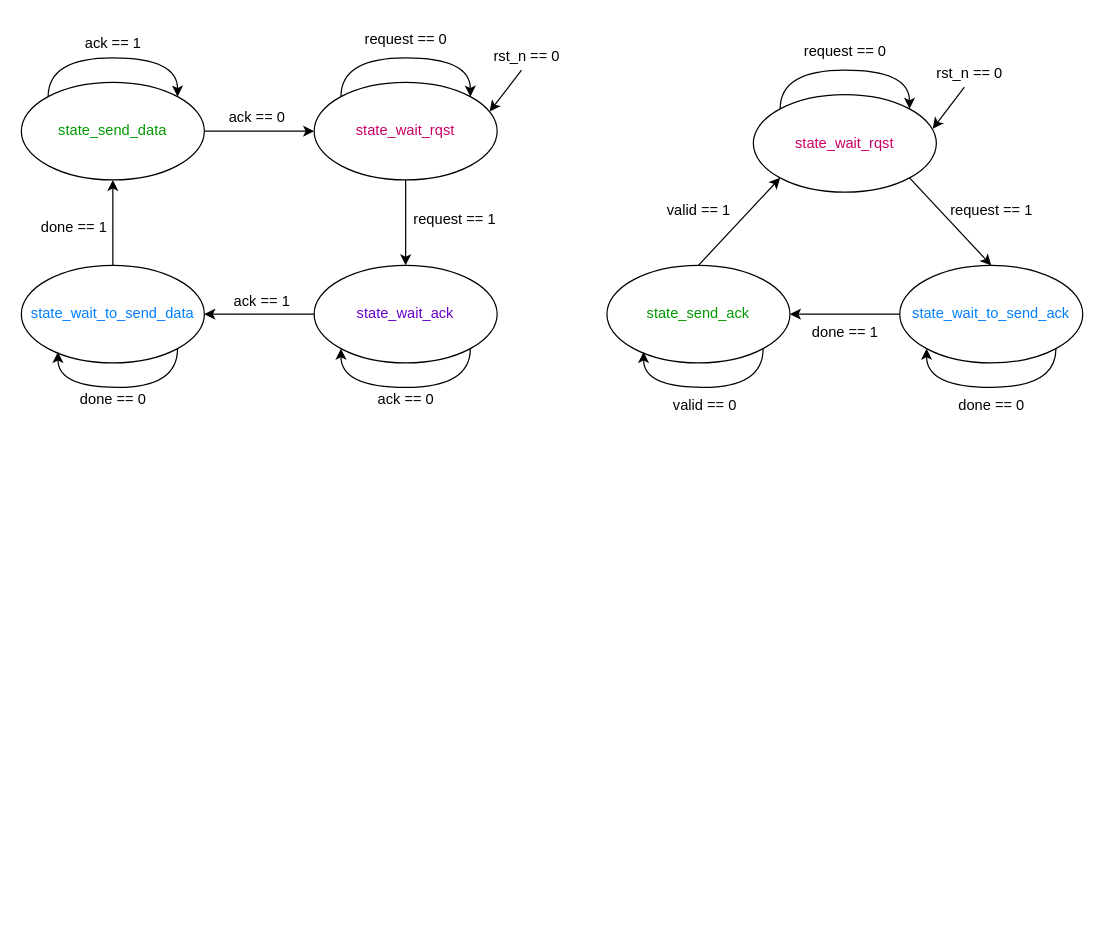
rogerfan48/Course-Soph1-HDL keeps this draw.io diagram as roger/Lab6/State Diagram/Chip-to-chip.drawio. Above is the earlier version. Source tidied: cells renumbered, new cells numbered last; positions are measured from the earlier drawing's top-left corner, leaving out a move shared by most shapes. Both pictures are drawn from the tidied source at 122%, with x=0, y=0 at pixel (21, 21).
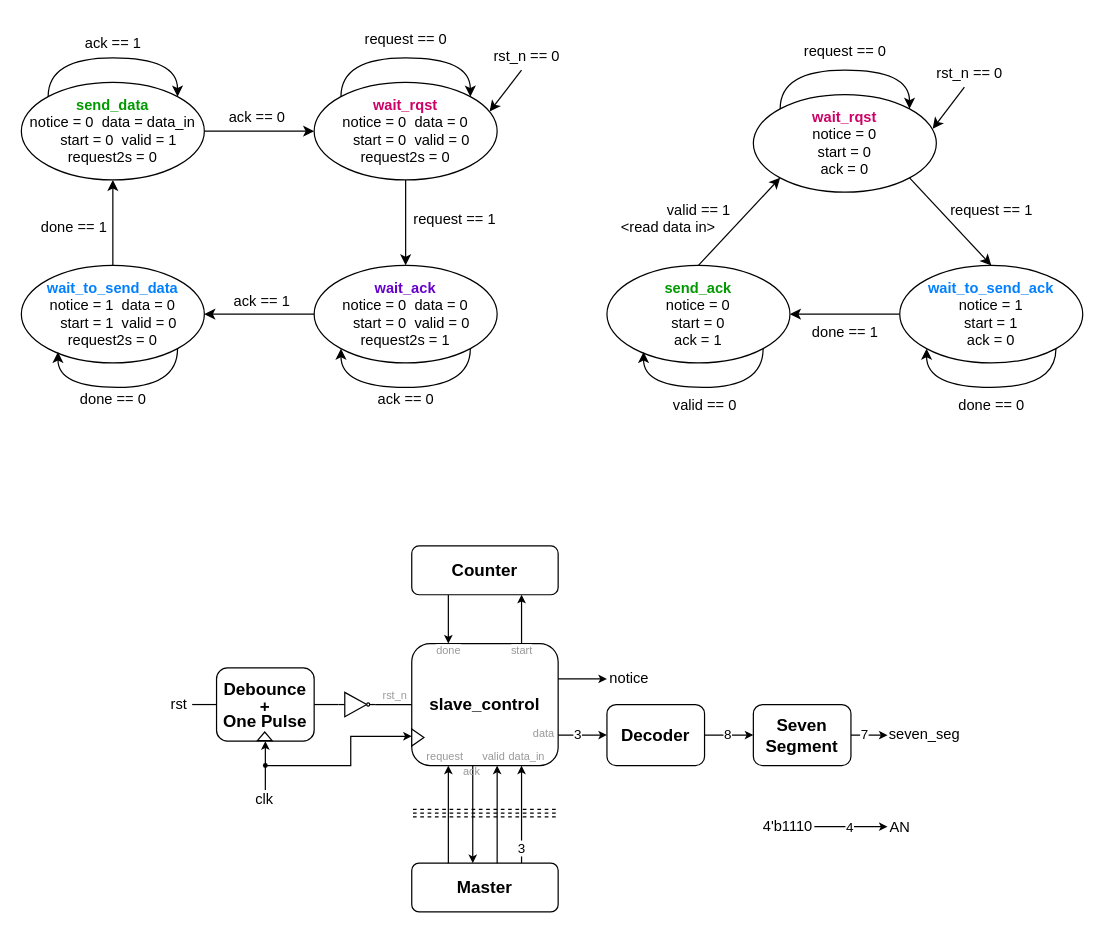
After the change.

Commit message (it also covers changes not shown here):
Roger/Final: Lab6 report add chip2chip state diagram details and top module block diagram

Diff of the diagram source:
```diff
@@
-    <mxCell id="3" value="&lt;font color=&quot;#cc0066&quot;&gt;state_wait_rqst&lt;/font&gt;" style="ellipse;whiteSpace=wrap;html=1;" parent="1" vertex="1">
+    <mxCell id="3" value="&lt;font color=&quot;#cc0066&quot;&gt;&lt;b&gt;wait_rqst&lt;/b&gt;&lt;/font&gt;&lt;div&gt;&lt;div&gt;notice = 0&amp;nbsp;&amp;nbsp;&lt;span style=&quot;background-color: initial;&quot;&gt;data = 0&lt;/span&gt;&lt;/div&gt;&lt;div&gt;&lt;span style=&quot;background-color: initial;&quot;&gt;&amp;nbsp; &amp;nbsp;start = 0&amp;nbsp; valid = 0&lt;/span&gt;&lt;/div&gt;&lt;div&gt;request2s = 0&lt;/div&gt;&lt;/div&gt;" style="ellipse;whiteSpace=wrap;html=1;" parent="1" vertex="1">
       <mxGeometry x="240" y="50" width="150" height="80" as="geometry" />
     </mxCell>
@@
-    <mxCell id="5" value="&lt;font color=&quot;#007fff&quot;&gt;state_wait_to_send_data&lt;/font&gt;" style="ellipse;whiteSpace=wrap;html=1;" parent="1" vertex="1">
+    <mxCell id="5" value="&lt;font color=&quot;#007fff&quot;&gt;&lt;b&gt;wait_to_send_data&lt;/b&gt;&lt;/font&gt;&lt;div&gt;&lt;div&gt;notice = 1&amp;nbsp;&amp;nbsp;&lt;span style=&quot;background-color: initial;&quot;&gt;data = 0&lt;/span&gt;&lt;/div&gt;&lt;div&gt;&lt;span style=&quot;background-color: initial;&quot;&gt;&amp;nbsp; &amp;nbsp;start = 1&amp;nbsp; valid = 0&lt;/span&gt;&lt;/div&gt;&lt;div&gt;request2s = 0&lt;/div&gt;&lt;/div&gt;" style="ellipse;whiteSpace=wrap;html=1;" parent="1" vertex="1">
       <mxGeometry y="200" width="150" height="80" as="geometry" />
     </mxCell>
-    <mxCell id="6" value="&lt;font color=&quot;#6600cc&quot;&gt;state_wait_ack&lt;/font&gt;" style="ellipse;whiteSpace=wrap;html=1;" parent="1" vertex="1">
+    <mxCell id="6" value="&lt;font color=&quot;#6600cc&quot;&gt;&lt;b&gt;wait_ack&lt;/b&gt;&lt;/font&gt;&lt;div&gt;&lt;div&gt;notice = 0&amp;nbsp;&amp;nbsp;&lt;span style=&quot;background-color: initial;&quot;&gt;data = 0&lt;/span&gt;&lt;/div&gt;&lt;div&gt;&lt;span style=&quot;background-color: initial;&quot;&gt;&amp;nbsp; &amp;nbsp;start = 0&amp;nbsp; valid = 0&lt;/span&gt;&lt;/div&gt;&lt;div&gt;request2s = 1&lt;/div&gt;&lt;/div&gt;" style="ellipse;whiteSpace=wrap;html=1;" parent="1" vertex="1">
       <mxGeometry x="240" y="200" width="150" height="80" as="geometry" />
     </mxCell>
@@
-    <mxCell id="17" value="&lt;font color=&quot;#009900&quot;&gt;state_send_data&lt;/font&gt;" style="ellipse;whiteSpace=wrap;html=1;" parent="1" vertex="1">
+    <mxCell id="17" value="&lt;font color=&quot;#009900&quot;&gt;&lt;b&gt;send_data&lt;/b&gt;&lt;/font&gt;&lt;div&gt;notice = 0&amp;nbsp;&amp;nbsp;&lt;span style=&quot;background-color: initial;&quot;&gt;data = data_in&lt;/span&gt;&lt;/div&gt;&lt;div&gt;&lt;span style=&quot;background-color: initial;&quot;&gt;&amp;nbsp; &amp;nbsp;start = 0&amp;nbsp; valid = 1&lt;/span&gt;&lt;/div&gt;&lt;div&gt;request2s = 0&lt;/div&gt;" style="ellipse;whiteSpace=wrap;html=1;" parent="1" vertex="1">
       <mxGeometry y="50" width="150" height="80" as="geometry" />
     </mxCell>
@@
-    <mxCell id="25" value="&lt;font color=&quot;#cc0066&quot;&gt;state_wait_rqst&lt;/font&gt;" style="ellipse;whiteSpace=wrap;html=1;" parent="1" vertex="1">
+    <mxCell id="25" value="&lt;font color=&quot;#cc0066&quot;&gt;&lt;b&gt;wait_rqst&lt;/b&gt;&lt;/font&gt;&lt;div&gt;&lt;div&gt;notice = 0&lt;/div&gt;&lt;div&gt;&lt;span style=&quot;background-color: initial;&quot;&gt;start = 0&lt;/span&gt;&lt;/div&gt;&lt;div&gt;&lt;span style=&quot;background-color: initial;&quot;&gt;ack = 0&lt;/span&gt;&lt;/div&gt;&lt;/div&gt;" style="ellipse;whiteSpace=wrap;html=1;" parent="1" vertex="1">
       <mxGeometry x="600" y="60" width="150" height="80" as="geometry" />
     </mxCell>
@@
-    <mxCell id="27" value="&lt;font color=&quot;#009900&quot;&gt;state_send_ack&lt;/font&gt;" style="ellipse;whiteSpace=wrap;html=1;" parent="1" vertex="1">
+    <mxCell id="27" value="&lt;font color=&quot;#009900&quot;&gt;&lt;b&gt;send_ack&lt;/b&gt;&lt;/font&gt;&lt;div&gt;&lt;div&gt;&lt;div&gt;notice = 0&lt;/div&gt;&lt;div&gt;&lt;span style=&quot;background-color: initial;&quot;&gt;start = 0&lt;/span&gt;&lt;/div&gt;&lt;div&gt;&lt;span style=&quot;background-color: initial;&quot;&gt;ack = 1&lt;/span&gt;&lt;/div&gt;&lt;/div&gt;&lt;/div&gt;" style="ellipse;whiteSpace=wrap;html=1;" parent="1" vertex="1">
       <mxGeometry x="480" y="200" width="150" height="80" as="geometry" />
     </mxCell>
@@
-    <mxCell id="29" value="&lt;font color=&quot;#007fff&quot;&gt;state_wait_to_send_ack&lt;/font&gt;" style="ellipse;whiteSpace=wrap;html=1;" parent="1" vertex="1">
+    <mxCell id="29" value="&lt;font color=&quot;#007fff&quot;&gt;&lt;b&gt;wait_to_send_ack&lt;/b&gt;&lt;/font&gt;&lt;div&gt;&lt;div&gt;notice = 1&lt;/div&gt;&lt;div&gt;&lt;span style=&quot;background-color: initial;&quot;&gt;start = 1&lt;/span&gt;&lt;/div&gt;&lt;div&gt;&lt;span style=&quot;background-color: initial;&quot;&gt;ack = 0&lt;br&gt;&lt;/span&gt;&lt;/div&gt;&lt;/div&gt;" style="ellipse;whiteSpace=wrap;html=1;" parent="1" vertex="1">
       <mxGeometry x="720" y="200" width="150" height="80" as="geometry" />
     </mxCell>
@@
+    <mxCell id="41" value="&amp;lt;read data in&amp;gt;" style="text;html=1;align=center;verticalAlign=middle;strokeColor=none;fillColor=none;" parent="1" vertex="1">
+      <mxGeometry x="480" y="154" width="100" height="30" as="geometry" />
+    </mxCell>
+    <mxCell id="42" style="edgeStyle=none;shape=connector;rounded=0;jettySize=auto;html=1;exitX=0.75;exitY=0;exitDx=0;exitDy=0;entryX=0.75;entryY=1;entryDx=0;entryDy=0;strokeColor=default;align=center;verticalAlign=middle;fontFamily=Helvetica;fontSize=11;fontColor=default;labelBackgroundColor=default;startSize=4;endArrow=classic;endSize=4;" parent="1" edge="1" source="43" target="45">
+      <mxGeometry relative="1" as="geometry" />
+    </mxCell>
+    <mxCell id="43" value="&lt;b&gt;&lt;font style=&quot;font-size: 14px;&quot;&gt;slave_control&lt;/font&gt;&lt;/b&gt;" style="rounded=1;whiteSpace=wrap;html=1;" parent="1" vertex="1">
+      <mxGeometry x="320" y="510" width="120" height="100" as="geometry" />
+    </mxCell>
+    <mxCell id="44" style="edgeStyle=none;shape=connector;rounded=0;jettySize=auto;html=1;exitX=0.25;exitY=1;exitDx=0;exitDy=0;entryX=0.25;entryY=0;entryDx=0;entryDy=0;strokeColor=default;align=center;verticalAlign=middle;fontFamily=Helvetica;fontSize=11;fontColor=default;labelBackgroundColor=default;startSize=4;endArrow=classic;endSize=4;" parent="1" edge="1" source="45" target="43">
+      <mxGeometry relative="1" as="geometry" />
+    </mxCell>
+    <mxCell id="45" value="&lt;b&gt;&lt;font style=&quot;font-size: 14px;&quot;&gt;Counter&lt;/font&gt;&lt;/b&gt;" style="rounded=1;whiteSpace=wrap;html=1;" parent="1" vertex="1">
+      <mxGeometry x="320" y="430" width="120" height="40" as="geometry" />
+    </mxCell>
+    <mxCell id="46" value="&lt;span style=&quot;font-size: 14px;&quot;&gt;&lt;b&gt;Master&lt;/b&gt;&lt;/span&gt;" style="rounded=1;whiteSpace=wrap;html=1;" parent="1" vertex="1">
+      <mxGeometry x="320" y="690" width="120" height="40" as="geometry" />
+    </mxCell>
+    <mxCell id="47" value="&lt;b&gt;&lt;font style=&quot;font-size: 14px;&quot;&gt;Decoder&lt;/font&gt;&lt;/b&gt;" style="rounded=1;whiteSpace=wrap;html=1;" parent="1" vertex="1">
+      <mxGeometry x="480" y="560" width="80" height="50" as="geometry" />
+    </mxCell>
+    <mxCell id="48" style="edgeStyle=none;shape=connector;rounded=0;jettySize=auto;html=1;exitX=1;exitY=0.5;exitDx=0;exitDy=0;strokeColor=default;align=center;verticalAlign=middle;fontFamily=Helvetica;fontSize=11;fontColor=default;labelBackgroundColor=default;startSize=4;endArrow=classic;endSize=4;" parent="1" edge="1" source="49">
+      <mxGeometry relative="1" as="geometry">
+        <mxPoint x="710" y="585.1" as="targetPoint" />
+      </mxGeometry>
+    </mxCell>
+    <mxCell id="49" value="&lt;b&gt;&lt;font style=&quot;font-size: 14px;&quot;&gt;Seven&lt;/font&gt;&lt;/b&gt;&lt;div&gt;&lt;b&gt;&lt;font style=&quot;font-size: 14px;&quot;&gt;Segment&lt;/font&gt;&lt;/b&gt;&lt;/div&gt;" style="rounded=1;whiteSpace=wrap;html=1;" parent="1" vertex="1">
+      <mxGeometry x="600" y="560" width="80" height="50" as="geometry" />
+    </mxCell>
+    <mxCell id="50" value="&lt;b&gt;&lt;font style=&quot;font-size: 14px;&quot;&gt;Debounce&lt;/font&gt;&lt;/b&gt;&lt;div style=&quot;line-height: 90%;&quot;&gt;&lt;b&gt;&lt;font style=&quot;font-size: 14px;&quot;&gt;+&lt;/font&gt;&lt;/b&gt;&lt;/div&gt;&lt;div style=&quot;line-height: 90%;&quot;&gt;&lt;b&gt;&lt;font style=&quot;font-size: 14px;&quot;&gt;One Pulse&lt;/font&gt;&lt;/b&gt;&lt;/div&gt;" style="rounded=1;whiteSpace=wrap;html=1;" parent="1" vertex="1">
+      <mxGeometry x="160" y="530" width="80" height="60" as="geometry" />
+    </mxCell>
+    <mxCell id="51" style="endArrow=classic;html=1;rounded=0;exitX=1;exitY=0.75;exitDx=0;exitDy=0;endSize=4;startSize=4;" parent="1" edge="1" source="43">
+      <mxGeometry relative="1" as="geometry">
+        <mxPoint x="480" y="585" as="targetPoint" />
+      </mxGeometry>
+    </mxCell>
+    <mxCell id="52" style="endArrow=classic;html=1;rounded=0;exitX=1;exitY=0.75;exitDx=0;exitDy=0;endSize=4;startSize=4;" parent="1" edge="1">
+      <mxGeometry relative="1" as="geometry">
+        <mxPoint x="560" y="585" as="sourcePoint" />
+        <mxPoint x="600" y="585" as="targetPoint" />
+      </mxGeometry>
+    </mxCell>
+    <mxCell id="53" style="edgeStyle=none;shape=connector;rounded=0;orthogonalLoop=1;jettySize=auto;html=1;strokeColor=default;align=center;verticalAlign=middle;fontFamily=Helvetica;fontSize=11;fontColor=default;labelBackgroundColor=default;startSize=4;endArrow=classic;endSize=4;" parent="1" edge="1">
+      <mxGeometry relative="1" as="geometry">
+        <mxPoint x="650" y="660" as="sourcePoint" />
+        <mxPoint x="710" y="660.1" as="targetPoint" />
+      </mxGeometry>
+    </mxCell>
+    <mxCell id="54" style="verticalLabelPosition=bottom;shadow=0;dashed=0;align=center;html=1;verticalAlign=top;shape=mxgraph.electrical.logic_gates.inverter_2;fontFamily=Helvetica;fontSize=11;fontColor=default;labelBackgroundColor=default;" parent="1" vertex="1">
+      <mxGeometry x="260" y="550" width="30" height="20" as="geometry" />
+    </mxCell>
+    <mxCell id="55" style="edgeStyle=none;shape=connector;rounded=0;jettySize=auto;html=1;exitX=1;exitY=0.5;exitDx=0;exitDy=0;entryX=0;entryY=0.5;entryDx=0;entryDy=0;entryPerimeter=0;strokeColor=default;align=center;verticalAlign=middle;fontFamily=Helvetica;fontSize=11;fontColor=default;labelBackgroundColor=default;startSize=4;endArrow=none;endSize=4;endFill=0;" parent="1" edge="1" source="50" target="54">
+      <mxGeometry relative="1" as="geometry" />
+    </mxCell>
+    <mxCell id="56" style="edgeStyle=none;shape=connector;rounded=0;jettySize=auto;html=1;exitX=1;exitY=0.5;exitDx=0;exitDy=0;exitPerimeter=0;entryX=0;entryY=0.5;entryDx=0;entryDy=0;strokeColor=default;align=center;verticalAlign=middle;fontFamily=Helvetica;fontSize=11;fontColor=default;labelBackgroundColor=default;startSize=4;endArrow=none;endSize=4;endFill=0;" parent="1" edge="1" source="54" target="43">
+      <mxGeometry relative="1" as="geometry" />
+    </mxCell>
+    <mxCell id="57" style="edgeStyle=none;shape=connector;rounded=0;orthogonalLoop=1;jettySize=auto;html=1;exitX=1;exitY=0.5;exitDx=0;exitDy=0;entryX=0;entryY=0.5;entryDx=0;entryDy=0;entryPerimeter=0;strokeColor=default;align=center;verticalAlign=middle;fontFamily=Helvetica;fontSize=11;fontColor=default;labelBackgroundColor=default;startSize=4;endArrow=none;endSize=4;endFill=0;" parent="1" edge="1">
+      <mxGeometry relative="1" as="geometry">
+        <mxPoint x="140" y="560" as="sourcePoint" />
+        <mxPoint x="160" y="560" as="targetPoint" />
+      </mxGeometry>
+    </mxCell>
+    <mxCell id="58" style="triangle;whiteSpace=wrap;html=1;fontFamily=Helvetica;fontSize=11;fontColor=default;labelBackgroundColor=default;rotation=-90;" parent="1" vertex="1">
+      <mxGeometry x="196" y="580" width="7" height="12" as="geometry" />
+    </mxCell>
+    <mxCell id="59" style="triangle;whiteSpace=wrap;html=1;fontFamily=Helvetica;fontSize=11;fontColor=default;labelBackgroundColor=default;rotation=0;" parent="1" vertex="1">
+      <mxGeometry x="320" y="580" width="10" height="14" as="geometry" />
+    </mxCell>
+    <mxCell id="60" style="endArrow=classic;html=1;rounded=0;strokeColor=default;align=center;verticalAlign=middle;fontFamily=Helvetica;fontSize=11;fontColor=default;labelBackgroundColor=default;startSize=4;endSize=4;" parent="1" edge="1">
+      <mxGeometry relative="1" as="geometry">
+        <mxPoint x="200" y="610" as="sourcePoint" />
+        <mxPoint x="320" y="586" as="targetPoint" />
+        <Array as="points">
+          <mxPoint x="270" y="610" />
+          <mxPoint x="270" y="586" />
+        </Array>
+      </mxGeometry>
+    </mxCell>
+    <mxCell id="61" style="endArrow=classic;html=1;rounded=0;strokeColor=default;align=center;verticalAlign=middle;fontFamily=Helvetica;fontSize=11;fontColor=default;labelBackgroundColor=default;startSize=4;endSize=4;entryX=0.5;entryY=1;entryDx=0;entryDy=0;" parent="1" edge="1" target="50">
+      <mxGeometry relative="1" as="geometry">
+        <mxPoint x="200" y="630" as="sourcePoint" />
+      </mxGeometry>
+    </mxCell>
+    <mxCell id="62" value="clk" style="text;html=1;align=center;verticalAlign=middle;strokeColor=none;fillColor=none;fontFamily=Helvetica;fontSize=12;fontColor=default;labelBackgroundColor=default;" parent="1" vertex="1">
+      <mxGeometry x="179" y="623" width="40" height="30" as="geometry" />
+    </mxCell>
+    <mxCell id="63" value="rst" style="text;html=1;align=center;verticalAlign=middle;strokeColor=none;fillColor=none;fontFamily=Helvetica;fontSize=12;fontColor=default;labelBackgroundColor=default;" parent="1" vertex="1">
+      <mxGeometry x="109" y="545" width="40" height="30" as="geometry" />
+    </mxCell>
+    <mxCell id="64" value="3" style="text;html=1;align=center;verticalAlign=middle;strokeColor=none;fillColor=none;fontFamily=Helvetica;fontSize=11;fontColor=default;labelBackgroundColor=default;" parent="1" vertex="1">
+      <mxGeometry x="441" y="570" width="30" height="30" as="geometry" />
+    </mxCell>
+    <mxCell id="65" value="8" style="text;html=1;align=center;verticalAlign=middle;strokeColor=none;fillColor=none;fontFamily=Helvetica;fontSize=11;fontColor=default;labelBackgroundColor=default;" parent="1" vertex="1">
+      <mxGeometry x="564" y="570" width="30" height="30" as="geometry" />
+    </mxCell>
+    <mxCell id="66" value="4" style="text;html=1;align=center;verticalAlign=middle;strokeColor=none;fillColor=none;fontFamily=Helvetica;fontSize=11;fontColor=default;labelBackgroundColor=default;" parent="1" vertex="1">
+      <mxGeometry x="664" y="646" width="30" height="30" as="geometry" />
+    </mxCell>
+    <mxCell id="67" value="4'b1110" style="text;html=1;align=center;verticalAlign=middle;strokeColor=none;fillColor=none;fontFamily=Helvetica;fontSize=12;fontColor=default;labelBackgroundColor=default;" parent="1" vertex="1">
+      <mxGeometry x="598" y="645" width="60" height="30" as="geometry" />
+    </mxCell>
+    <mxCell id="68" value="AN" style="text;html=1;align=center;verticalAlign=middle;strokeColor=none;fillColor=none;fontFamily=Helvetica;fontSize=12;fontColor=default;labelBackgroundColor=default;" parent="1" vertex="1">
+      <mxGeometry x="700" y="646" width="40" height="30" as="geometry" />
+    </mxCell>
+    <mxCell id="69" value="seven_seg" style="text;html=1;align=center;verticalAlign=middle;strokeColor=none;fillColor=none;fontFamily=Helvetica;fontSize=12;fontColor=default;labelBackgroundColor=default;" parent="1" vertex="1">
+      <mxGeometry x="700" y="570" width="80" height="30" as="geometry" />
+    </mxCell>
+    <mxCell id="70" value="7" style="text;html=1;align=center;verticalAlign=middle;strokeColor=none;fillColor=none;fontFamily=Helvetica;fontSize=11;fontColor=default;labelBackgroundColor=default;" parent="1" vertex="1">
+      <mxGeometry x="676" y="570" width="30" height="30" as="geometry" />
+    </mxCell>
+    <mxCell id="71" value="start" style="text;html=1;align=center;verticalAlign=middle;strokeColor=none;fillColor=none;fontFamily=Helvetica;fontSize=9;fontColor=#999999;labelBackgroundColor=default;" parent="1" vertex="1">
+      <mxGeometry x="390" y="506" width="40" height="20" as="geometry" />
+    </mxCell>
+    <mxCell id="72" value="done" style="text;html=1;align=center;verticalAlign=middle;strokeColor=none;fillColor=none;fontFamily=Helvetica;fontSize=9;fontColor=#999999;labelBackgroundColor=default;" parent="1" vertex="1">
+      <mxGeometry x="330" y="506" width="40" height="20" as="geometry" />
+    </mxCell>
+    <mxCell id="73" style="endArrow=classic;html=1;rounded=0;exitX=1;exitY=0.75;exitDx=0;exitDy=0;endSize=4;startSize=4;" parent="1" edge="1">
+      <mxGeometry relative="1" as="geometry">
+        <mxPoint x="440" y="539" as="sourcePoint" />
+        <mxPoint x="480" y="539" as="targetPoint" />
+      </mxGeometry>
+    </mxCell>
+    <mxCell id="74" value="notice" style="text;html=1;align=center;verticalAlign=middle;strokeColor=none;fillColor=none;fontFamily=Helvetica;fontSize=12;fontColor=default;labelBackgroundColor=default;" parent="1" vertex="1">
+      <mxGeometry x="468" y="524" width="60" height="30" as="geometry" />
+    </mxCell>
+    <mxCell id="75" value="rst_n" style="text;html=1;align=center;verticalAlign=middle;strokeColor=none;fillColor=none;fontFamily=Helvetica;fontSize=9;fontColor=#999999;labelBackgroundColor=default;" parent="1" vertex="1">
+      <mxGeometry x="286" y="543" width="40" height="20" as="geometry" />
+    </mxCell>
+    <mxCell id="76" value="data" style="text;html=1;align=center;verticalAlign=middle;strokeColor=none;fillColor=none;fontFamily=Helvetica;fontSize=9;fontColor=#999999;labelBackgroundColor=default;" parent="1" vertex="1">
+      <mxGeometry x="408" y="574" width="40" height="20" as="geometry" />
+    </mxCell>
+    <mxCell id="77" style="endArrow=classic;html=1;rounded=0;strokeColor=default;align=center;verticalAlign=middle;fontFamily=Helvetica;fontSize=12;fontColor=default;labelBackgroundColor=default;startSize=4;endSize=4;entryX=0.25;entryY=0;entryDx=0;entryDy=0;exitX=0.25;exitY=1;exitDx=0;exitDy=0;" parent="1" edge="1">
+      <mxGeometry relative="1" as="geometry">
+        <mxPoint x="370" y="610" as="sourcePoint" />
+        <mxPoint x="370" y="690" as="targetPoint" />
+      </mxGeometry>
+    </mxCell>
+    <mxCell id="78" style="endArrow=classic;html=1;rounded=0;strokeColor=default;align=center;verticalAlign=middle;fontFamily=Helvetica;fontSize=12;fontColor=default;labelBackgroundColor=default;startSize=4;endSize=4;exitX=0.167;exitY=0;exitDx=0;exitDy=0;exitPerimeter=0;" parent="1" edge="1">
+      <mxGeometry relative="1" as="geometry">
+        <mxPoint x="350" y="690" as="sourcePoint" />
+        <mxPoint x="350" y="610" as="targetPoint" />
+      </mxGeometry>
+    </mxCell>
+    <mxCell id="79" style="endArrow=classic;html=1;rounded=0;strokeColor=default;align=center;verticalAlign=middle;fontFamily=Helvetica;fontSize=12;fontColor=default;labelBackgroundColor=default;startSize=4;endSize=4;exitX=0.167;exitY=0;exitDx=0;exitDy=0;exitPerimeter=0;" parent="1" edge="1">
+      <mxGeometry relative="1" as="geometry">
+        <mxPoint x="390" y="690" as="sourcePoint" />
+        <mxPoint x="390" y="610" as="targetPoint" />
+      </mxGeometry>
+    </mxCell>
+    <mxCell id="80" style="endArrow=classic;html=1;rounded=0;strokeColor=default;align=center;verticalAlign=middle;fontFamily=Helvetica;fontSize=12;fontColor=default;labelBackgroundColor=default;startSize=4;endSize=4;exitX=0.167;exitY=0;exitDx=0;exitDy=0;exitPerimeter=0;" parent="1" edge="1">
+      <mxGeometry relative="1" as="geometry">
+        <mxPoint x="410" y="690" as="sourcePoint" />
+        <mxPoint x="410" y="610" as="targetPoint" />
+      </mxGeometry>
+    </mxCell>
+    <mxCell id="81" value="data_in" style="text;html=1;align=center;verticalAlign=middle;strokeColor=none;fillColor=none;fontFamily=Helvetica;fontSize=9;fontColor=#999999;labelBackgroundColor=default;" parent="1" vertex="1">
+      <mxGeometry x="389" y="593" width="50" height="20" as="geometry" />
+    </mxCell>
+    <mxCell id="82" value="valid" style="text;html=1;align=center;verticalAlign=middle;strokeColor=none;fillColor=none;fontFamily=Helvetica;fontSize=9;fontColor=#999999;labelBackgroundColor=default;" parent="1" vertex="1">
+      <mxGeometry x="367" y="593" width="40" height="20" as="geometry" />
+    </mxCell>
+    <mxCell id="83" value="request" style="text;html=1;align=center;verticalAlign=middle;strokeColor=none;fillColor=none;fontFamily=Helvetica;fontSize=9;fontColor=#999999;labelBackgroundColor=default;" parent="1" vertex="1">
+      <mxGeometry x="322" y="593" width="50" height="20" as="geometry" />
+    </mxCell>
+    <mxCell id="84" value="ack" style="text;html=1;align=center;verticalAlign=middle;strokeColor=none;fillColor=none;fontFamily=Helvetica;fontSize=9;fontColor=#999999;labelBackgroundColor=none;" parent="1" vertex="1">
+      <mxGeometry x="349" y="605" width="40" height="20" as="geometry" />
+    </mxCell>
+    <mxCell id="85" value="3" style="text;html=1;align=center;verticalAlign=middle;strokeColor=none;fillColor=none;fontFamily=Helvetica;fontSize=11;fontColor=default;labelBackgroundColor=default;" parent="1" vertex="1">
+      <mxGeometry x="395" y="663" width="30" height="30" as="geometry" />
+    </mxCell>
+    <mxCell id="86" style="endArrow=none;html=1;rounded=0;strokeColor=default;align=center;verticalAlign=middle;fontFamily=Helvetica;fontSize=9;fontColor=#999999;labelBackgroundColor=none;startSize=4;endSize=4;jumpStyle=none;dashed=1;curved=0;strokeWidth=1;shadow=0;flowAnimation=0;" parent="1" edge="1">
+      <mxGeometry relative="1" as="geometry">
+        <mxPoint x="321" y="649" as="sourcePoint" />
+        <mxPoint x="441" y="649" as="targetPoint" />
+      </mxGeometry>
+    </mxCell>
+    <mxCell id="87" style="endArrow=none;html=1;rounded=0;strokeColor=default;align=center;verticalAlign=middle;fontFamily=Helvetica;fontSize=9;fontColor=#999999;labelBackgroundColor=none;startSize=4;endSize=4;jumpStyle=none;dashed=1;curved=0;strokeWidth=1;shadow=0;flowAnimation=0;" parent="1" edge="1">
+      <mxGeometry relative="1" as="geometry">
+        <mxPoint x="321" y="652" as="sourcePoint" />
+        <mxPoint x="441" y="652" as="targetPoint" />
+      </mxGeometry>
+    </mxCell>
+    <mxCell id="88" style="endArrow=none;html=1;rounded=0;strokeColor=default;align=center;verticalAlign=middle;fontFamily=Helvetica;fontSize=9;fontColor=#999999;labelBackgroundColor=none;startSize=4;endSize=4;jumpStyle=none;dashed=1;curved=0;strokeWidth=1;shadow=0;flowAnimation=0;" parent="1" edge="1">
+      <mxGeometry relative="1" as="geometry">
+        <mxPoint x="321" y="646" as="sourcePoint" />
+        <mxPoint x="441" y="646" as="targetPoint" />
+      </mxGeometry>
+    </mxCell>
+    <mxCell id="89" style="ellipse;whiteSpace=wrap;html=1;fontFamily=Helvetica;fontSize=11;fontColor=default;labelBackgroundColor=default;fillColor=#000000;strokeColor=none;shadow=0;dashed=0;align=center;verticalAlign=top;" parent="1" vertex="1">
+      <mxGeometry x="198" y="608" width="4" height="4" as="geometry" />
+    </mxCell>
```
